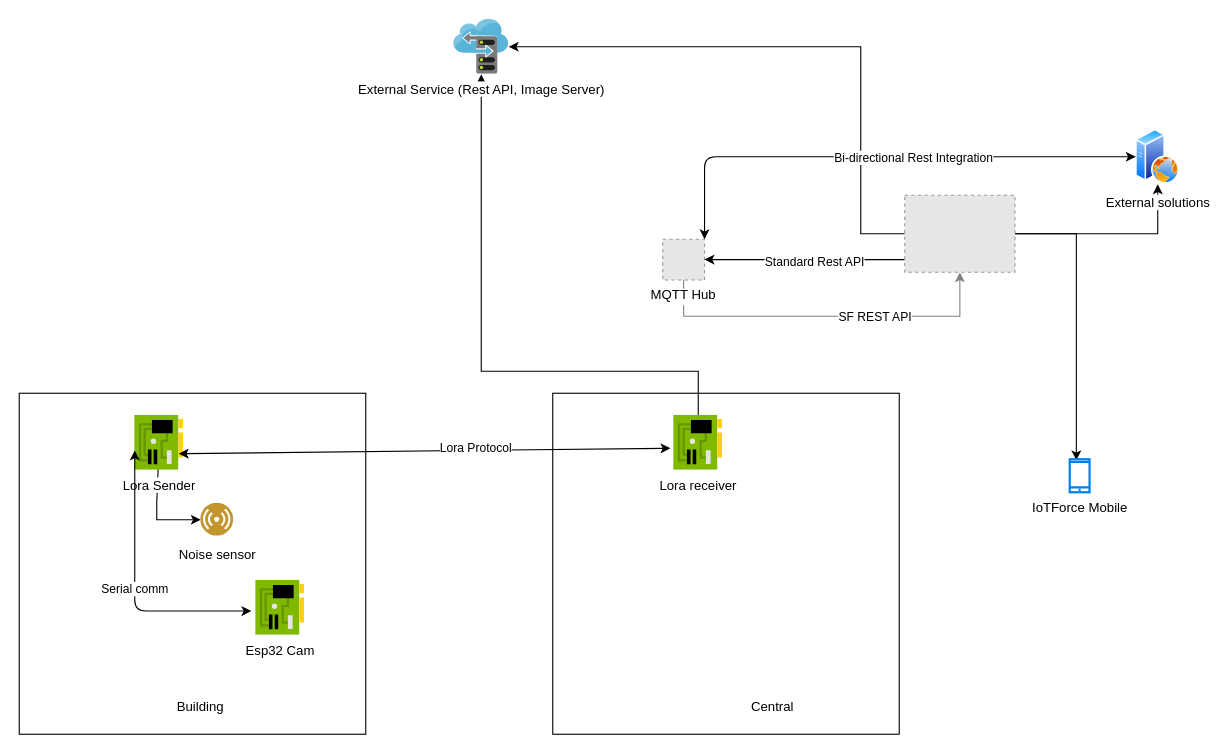
Before: images/FinalDiagram.drawio in krukmat/AlarmForceV2, a draw.io diagram. Source tidied: cells renumbered, new cells numbered last; positions are measured from the earlier drawing's top-left corner, leaving out a move shared by most shapes. Both pictures are drawn from the tidied source at 110%, with x=0, y=0 at pixel (19, 19). Pictures stored in the file or linked from it are replaced by grey dashed boxes.
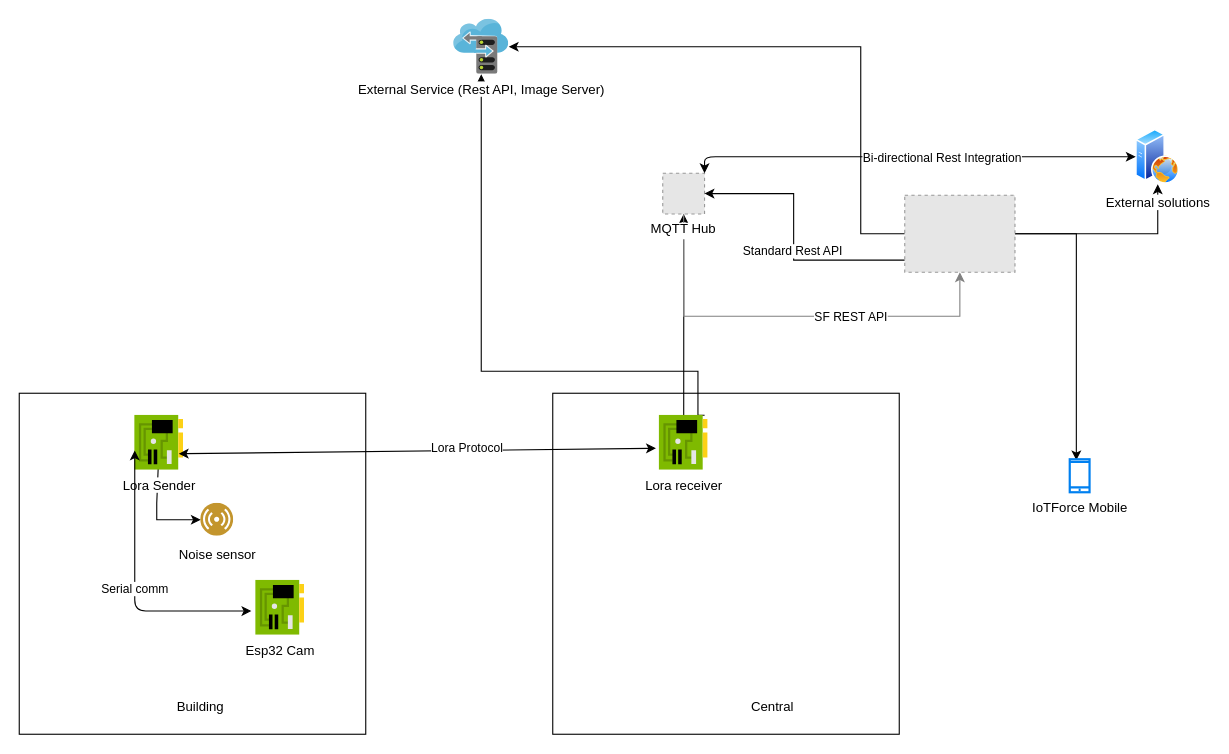
After the change.

The change refers to these unchanged cells:
```xml
<mxCell id="17" value="External Service (Rest API, Image Server)" style="html=1;points=[];align=center;image;fontSize=12;image=img/lib/mscae/Storage_sync_service.svg;" parent="1" vertex="1">
  <mxGeometry x="395" width="50" height="50" as="geometry" />
</mxCell>
```

Diff of the diagram source:
```diff
@@
-    <mxCell id="4" style="edgeStyle=orthogonalEdgeStyle;rounded=0;jettySize=auto;html=1;" parent="1" edge="1" source="5" target="17">
+    <mxCell id="4" style="edgeStyle=orthogonalEdgeStyle;rounded=0;jettySize=auto;html=1;exitX=0.927;exitY=0;exitDx=0;exitDy=0;exitPerimeter=0;" parent="1" edge="1" source="5" target="17">
       <mxGeometry relative="1" as="geometry">
         <Array as="points">
+          <mxPoint x="617" y="360" />
           <mxPoint x="617" y="320" />
           <mxPoint x="420" y="320" />
         </Array>
       </mxGeometry>
     </mxCell>
+    <mxCell id="29" style="edgeStyle=orthogonalEdgeStyle;rounded=0;jettySize=auto;html=1;" parent="1" edge="1" source="5" target="8">
+      <mxGeometry relative="1" as="geometry" />
+    </mxCell>
     <mxCell id="5" value="Lora receiver" style="html=1;perimeter=none;align=center;shadow=0;dashed=0;image;fontSize=12;image=img/lib/mscae/NetworkInterfaceCard.svg;" parent="1" vertex="1">
-      <mxGeometry x="595" y="360" width="44.5" height="50" as="geometry" />
+      <mxGeometry x="581.8" y="360" width="44.5" height="50" as="geometry" />
     </mxCell>
@@
     <mxCell id="8" value="MQTT Hub" style="fillColor=#E6E6E6;strokeColor=#999999;dashed=1;verticalLabelPosition=bottom;labelBackgroundColor=#ffffff;verticalAlign=top;" parent="1" vertex="1">
-      <mxGeometry x="585" y="200" width="38" height="37" as="geometry" />
+      <mxGeometry x="585" y="140" width="38" height="37" as="geometry" />
     </mxCell>
```
